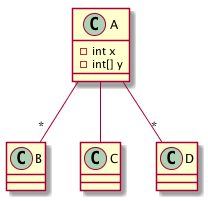
Before: java-uml-parser/src/main/resources/output.png, a diagram exported from PlantUML (kanghuawu/JavaUML_Parser).
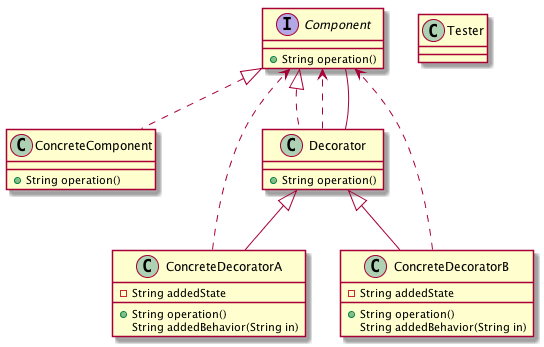
The same diagram one commit later.

Change to the diagram source:
```diff
@@ -1,11 +1,25 @@
 @startuml
-class A
-A : - int x
-A : - int[] y
-class B
-class C
-class D
-A -- "*"B
-A -- C
-A -- "*"D
+interface Component
+Component : + String operation()
+Component <|.. ConcreteComponent
+class ConcreteComponent
+ConcreteComponent : + String operation()
+Decorator <|-- ConcreteDecoratorA
+class ConcreteDecoratorA
+ConcreteDecoratorA : - String addedState
+ConcreteDecoratorA : + String operation()
+ConcreteDecoratorA : String addedBehavior(String in)
+ConcreteDecoratorA ..> Component
+Decorator <|-- ConcreteDecoratorB
+class ConcreteDecoratorB
+ConcreteDecoratorB : - String addedState
+ConcreteDecoratorB : + String operation()
+ConcreteDecoratorB : String addedBehavior(String in)
+ConcreteDecoratorB ..> Component
+Component <|.. Decorator
+class Decorator
+Decorator : + String operation()
+Decorator ..> Component
+class Tester
+Component -- Decorator
 @enduml
```
